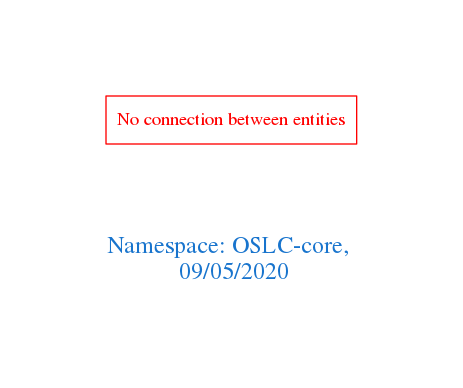
Above: downloads/OSLC-core.png in arago/OGIT (Graphviz), before the change. Its source is kept beside it as downloads/OSLC-core.dot.
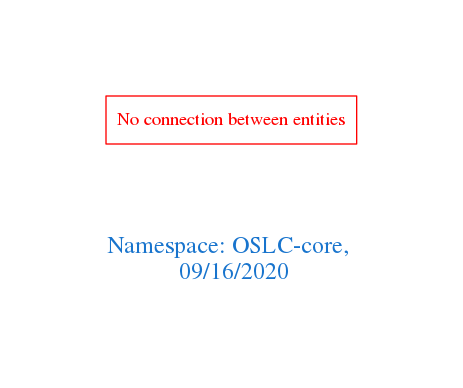
The same file after the commit.

The edit, as a diff of the source:
```diff
@@ -1,7 +1,7 @@
 digraph OGIT_ontology {
  graph [ rankdir= LR,pad=1
 fontsize = 18,
-fontcolor= dodgerblue3,label = "\n\n\nNamespace: OSLC-core, \n 09/05/2020"];
+fontcolor= dodgerblue3,label = "\n\n\nNamespace: OSLC-core, \n 09/16/2020"];
 node[shape=polygon];
 edge [  color="gray81"];
 
```
